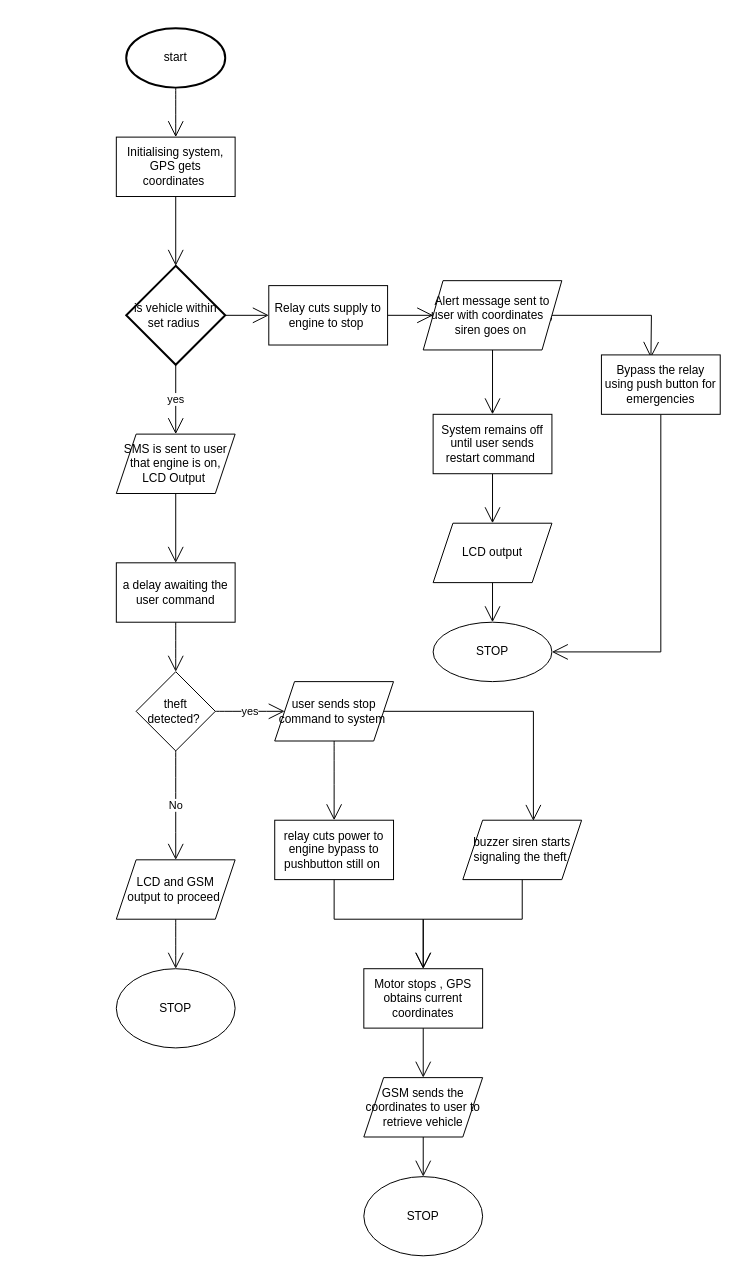
Earlier version of the draw.io diagram trackerproject.drawio (periskaranga/periskaranga.github.io). Source tidied: cells renumbered, new cells numbered last; positions are measured from the earlier drawing's top-left corner, leaving out a move shared by most shapes. Both pictures are drawn from the tidied source at 99%, with x=0, y=0 at pixel (116, 28).
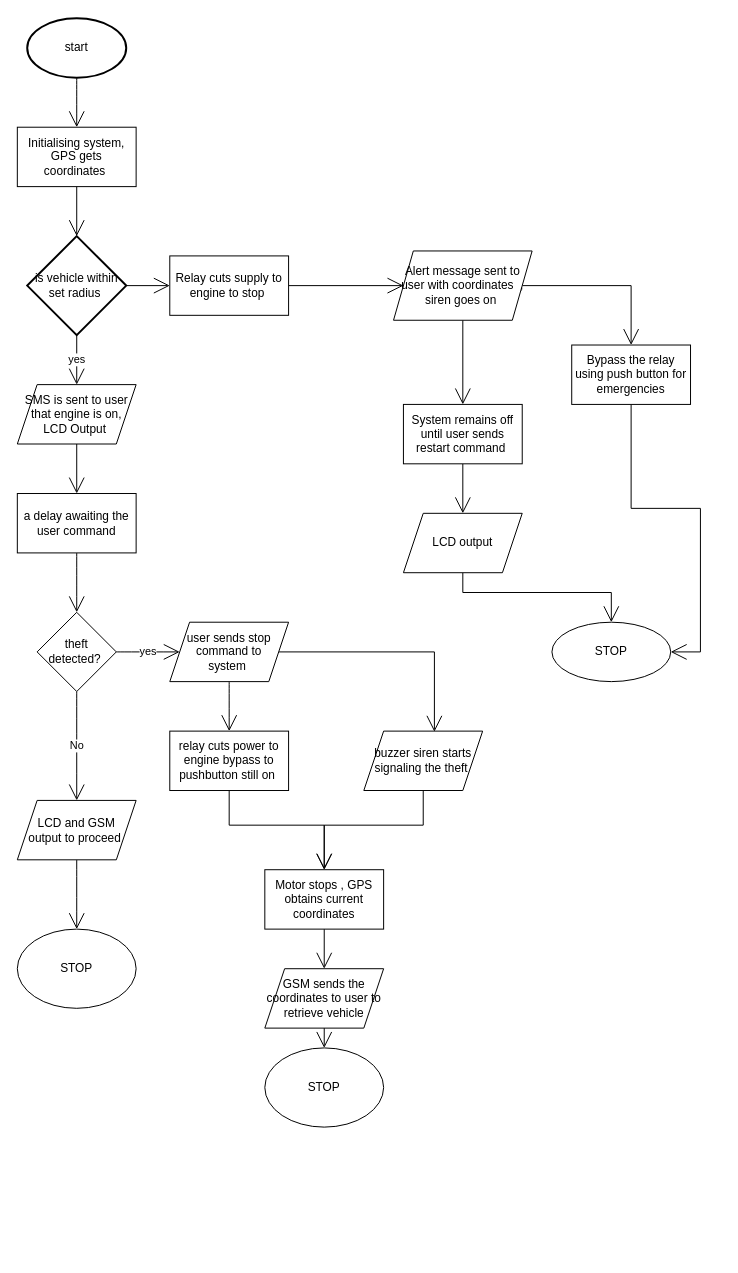
The same page after the edit.

Diff of the diagram source:
```diff
@@
-    <mxCell id="2" style="edgeStyle=none;curved=1;rounded=0;jettySize=auto;html=1;exitX=0.5;exitY=1;exitDx=0;exitDy=0;exitPerimeter=0;entryX=0.5;entryY=0;entryDx=0;entryDy=0;endArrow=open;startSize=14;endSize=14;sourcePerimeterSpacing=8;targetPerimeterSpacing=8;" parent="1" edge="1" source="3">
+    <mxCell id="2" style="edgeStyle=none;curved=1;rounded=0;orthogonalLoop=1;jettySize=auto;html=1;exitX=0.5;exitY=1;exitDx=0;exitDy=0;exitPerimeter=0;entryX=0.5;entryY=0;entryDx=0;entryDy=0;endArrow=open;startSize=14;endSize=14;sourcePerimeterSpacing=8;targetPerimeterSpacing=8;" parent="1" edge="1">
       <mxGeometry relative="1" as="geometry">
-        <mxPoint x="60" y="110" as="targetPoint" />
+        <mxPoint x="-40" y="50" as="sourcePoint" />
+        <mxPoint x="-40" y="100" as="targetPoint" />
       </mxGeometry>
     </mxCell>
     <mxCell id="3" value="start" style="strokeWidth=2;html=1;shape=mxgraph.flowchart.start_1;whiteSpace=wrap;hachureGap=4;" parent="1" vertex="1">
-      <mxGeometry x="10" width="100" height="60" as="geometry" />
+      <mxGeometry x="-90" y="-10" width="100" height="60" as="geometry" />
     </mxCell>
@@
     <mxCell id="5" value="SMS is sent to user that engine is on, LCD Output&amp;nbsp;" style="shape=parallelogram;perimeter=parallelogramPerimeter;whiteSpace=wrap;html=1;fixedSize=1;hachureGap=4;" parent="1" vertex="1">
-      <mxGeometry y="410" width="120" height="60" as="geometry" />
+      <mxGeometry x="-100" y="360" width="120" height="60" as="geometry" />
     </mxCell>
     <mxCell id="6" style="edgeStyle=none;curved=1;rounded=0;jettySize=auto;html=1;exitX=0.5;exitY=1;exitDx=0;exitDy=0;entryX=0.5;entryY=0;entryDx=0;entryDy=0;endArrow=open;startSize=14;endSize=14;sourcePerimeterSpacing=8;targetPerimeterSpacing=8;" parent="1" edge="1" target="15">
       <mxGeometry relative="1" as="geometry">
-        <mxPoint x="60" y="170" as="sourcePoint" />
+        <mxPoint x="-40" y="160" as="sourcePoint" />
       </mxGeometry>
     </mxCell>
@@
     <mxCell id="8" value="a delay awaiting the user command" style="rounded=0;whiteSpace=wrap;html=1;hachureGap=4;" parent="1" vertex="1">
-      <mxGeometry y="540" width="120" height="60" as="geometry" />
+      <mxGeometry x="-100" y="470" width="120" height="60" as="geometry" />
     </mxCell>
@@
     <mxCell id="11" value="theft detected?&amp;nbsp;" style="rhombus;whiteSpace=wrap;html=1;hachureGap=4;" parent="1" vertex="1">
-      <mxGeometry x="20" y="650" width="80" height="80" as="geometry" />
+      <mxGeometry x="-80" y="590" width="80" height="80" as="geometry" />
     </mxCell>
@@
     <mxCell id="13" value="LCD and GSM &lt;br&gt;output to proceed&amp;nbsp;" style="shape=parallelogram;perimeter=parallelogramPerimeter;whiteSpace=wrap;html=1;fixedSize=1;hachureGap=4;" parent="1" vertex="1">
-      <mxGeometry y="840" width="120" height="60" as="geometry" />
+      <mxGeometry x="-100" y="780" width="120" height="60" as="geometry" />
     </mxCell>
@@
     <mxCell id="15" value="Initialising system, GPS gets coordinates&amp;nbsp;" style="rounded=0;whiteSpace=wrap;html=1;hachureGap=4;" parent="1" vertex="1">
-      <mxGeometry y="110" width="120" height="60" as="geometry" />
+      <mxGeometry x="-100" y="100" width="120" height="60" as="geometry" />
     </mxCell>
@@
-    <mxCell id="18" value="user sends stop command to system&amp;nbsp;" style="shape=parallelogram;perimeter=parallelogramPerimeter;whiteSpace=wrap;html=1;fixedSize=1;hachureGap=4;" parent="1" vertex="1">
-      <mxGeometry x="160" y="660" width="120" height="60" as="geometry" />
+    <mxCell id="18" value="user sends stop command to &lt;br&gt;system&amp;nbsp;" style="shape=parallelogram;perimeter=parallelogramPerimeter;whiteSpace=wrap;html=1;fixedSize=1;hachureGap=4;" parent="1" vertex="1">
+      <mxGeometry x="54" y="600" width="120" height="60" as="geometry" />
     </mxCell>
-    <mxCell id="19" style="edgeStyle=none;curved=1;rounded=0;jettySize=auto;html=1;exitX=1;exitY=0.5;exitDx=0;exitDy=0;endArrow=open;startSize=14;endSize=14;sourcePerimeterSpacing=8;targetPerimeterSpacing=8;" parent="1" edge="1" source="21">
-      <mxGeometry relative="1" as="geometry">
-        <mxPoint x="232" y="830" as="targetPoint" />
-      </mxGeometry>
-    </mxCell>
@@
     <mxCell id="21" value="relay cuts power to engine bypass to pushbutton still on&amp;nbsp;" style="rounded=0;whiteSpace=wrap;html=1;hachureGap=4;" parent="1" vertex="1">
-      <mxGeometry x="160" y="800" width="120" height="60" as="geometry" />
+      <mxGeometry x="54" y="710" width="120" height="60" as="geometry" />
     </mxCell>
@@
     <mxCell id="23" value="buzzer siren starts signaling the theft&amp;nbsp;" style="shape=parallelogram;perimeter=parallelogramPerimeter;whiteSpace=wrap;html=1;fixedSize=1;hachureGap=4;" parent="1" vertex="1">
-      <mxGeometry x="350" y="800" width="120" height="60" as="geometry" />
+      <mxGeometry x="250" y="710" width="120" height="60" as="geometry" />
     </mxCell>
     <mxCell id="24" value="STOP" style="ellipse;whiteSpace=wrap;html=1;hachureGap=4;" parent="1" vertex="1">
-      <mxGeometry y="950" width="120" height="80" as="geometry" />
+      <mxGeometry x="-100" y="910" width="120" height="80" as="geometry" />
     </mxCell>
@@
     <mxCell id="26" value="Motor stops , GPS obtains current coordinates" style="rounded=0;whiteSpace=wrap;html=1;hachureGap=4;" parent="1" vertex="1">
-      <mxGeometry x="250" y="950" width="120" height="60" as="geometry" />
+      <mxGeometry x="150" y="850" width="120" height="60" as="geometry" />
     </mxCell>
-    <mxCell id="27" style="edgeStyle=orthogonalEdgeStyle;rounded=0;jettySize=auto;html=1;exitX=0.5;exitY=1;exitDx=0;exitDy=0;entryX=0.5;entryY=0;entryDx=0;entryDy=0;endArrow=open;startSize=14;endSize=14;sourcePerimeterSpacing=8;targetPerimeterSpacing=8;" parent="1" edge="1" source="28" target="29">
-      <mxGeometry relative="1" as="geometry" />
+    <mxCell id="27" style="edgeStyle=orthogonalEdgeStyle;rounded=0;jettySize=auto;html=1;exitX=0.5;exitY=1;exitDx=0;exitDy=0;entryX=0.5;entryY=0;entryDx=0;entryDy=0;endArrow=open;startSize=14;endSize=14;sourcePerimeterSpacing=8;targetPerimeterSpacing=8;" parent="1" edge="1" source="28">
+      <mxGeometry relative="1" as="geometry">
+        <mxPoint x="210" y="1030" as="targetPoint" />
+      </mxGeometry>
     </mxCell>
     <mxCell id="28" value="GSM sends the coordinates to user to retrieve vehicle" style="shape=parallelogram;perimeter=parallelogramPerimeter;whiteSpace=wrap;html=1;fixedSize=1;hachureGap=4;" parent="1" vertex="1">
-      <mxGeometry x="250" y="1060" width="120" height="60" as="geometry" />
+      <mxGeometry x="150" y="950" width="120" height="60" as="geometry" />
     </mxCell>
     <mxCell id="29" value="STOP" style="ellipse;whiteSpace=wrap;html=1;hachureGap=4;" parent="1" vertex="1">
-      <mxGeometry x="250" y="1160" width="120" height="80" as="geometry" />
+      <mxGeometry x="150" y="1030" width="120" height="80" as="geometry" />
     </mxCell>
@@
     <mxCell id="32" value="is vehicle within set radius&amp;nbsp;" style="strokeWidth=2;html=1;shape=mxgraph.flowchart.decision;whiteSpace=wrap;hachureGap=4;" parent="1" vertex="1">
-      <mxGeometry x="10" y="240" width="100" height="100" as="geometry" />
+      <mxGeometry x="-90" y="210" width="100" height="100" as="geometry" />
     </mxCell>
@@
-    <mxCell id="34" style="edgeStyle=orthogonalEdgeStyle;rounded=0;jettySize=auto;html=1;exitX=1;exitY=0.5;exitDx=0;exitDy=0;endArrow=open;startSize=14;endSize=14;sourcePerimeterSpacing=8;targetPerimeterSpacing=8;" parent="1" edge="1" source="35">
-      <mxGeometry relative="1" as="geometry">
-        <mxPoint x="540" y="333" as="targetPoint" />
-      </mxGeometry>
-    </mxCell>
+    <mxCell id="45" style="edgeStyle=orthogonalEdgeStyle;rounded=0;jettySize=auto;html=1;exitX=1;exitY=0.5;exitDx=0;exitDy=0;entryX=0.5;entryY=0;entryDx=0;entryDy=0;endArrow=open;startSize=14;endSize=14;sourcePerimeterSpacing=8;targetPerimeterSpacing=8;" parent="1" edge="1" source="35" target="42">
+      <mxGeometry relative="1" as="geometry" />
+    </mxCell>
     <mxCell id="35" value="Alert message sent to user with coordinates&amp;nbsp; , siren goes on&amp;nbsp;" style="shape=parallelogram;perimeter=parallelogramPerimeter;whiteSpace=wrap;html=1;fixedSize=1;hachureGap=4;" parent="1" vertex="1">
-      <mxGeometry x="310" y="255" width="140" height="70" as="geometry" />
+      <mxGeometry x="280" y="225" width="140" height="70" as="geometry" />
     </mxCell>
@@
     <mxCell id="37" value="Relay cuts supply to engine to stop&amp;nbsp;" style="rounded=0;whiteSpace=wrap;html=1;hachureGap=4;" parent="1" vertex="1">
-      <mxGeometry x="154" y="260" width="120" height="60" as="geometry" />
+      <mxGeometry x="54" y="230" width="120" height="60" as="geometry" />
     </mxCell>
@@
     <mxCell id="39" value="System remains off until user sends restart command&amp;nbsp;" style="rounded=0;whiteSpace=wrap;html=1;hachureGap=4;" parent="1" vertex="1">
-      <mxGeometry x="320" y="390" width="120" height="60" as="geometry" />
+      <mxGeometry x="290" y="380" width="120" height="60" as="geometry" />
     </mxCell>
     <mxCell id="40" value="STOP" style="ellipse;whiteSpace=wrap;html=1;hachureGap=4;" parent="1" vertex="1">
-      <mxGeometry x="320" y="600" width="120" height="60" as="geometry" />
+      <mxGeometry x="440" y="600" width="120" height="60" as="geometry" />
     </mxCell>
@@
     <mxCell id="42" value="Bypass the relay using push button for emergencies" style="rounded=0;whiteSpace=wrap;html=1;hachureGap=4;" parent="1" vertex="1">
-      <mxGeometry x="490" y="330" width="120" height="60" as="geometry" />
+      <mxGeometry x="460" y="320" width="120" height="60" as="geometry" />
     </mxCell>
@@
     <mxCell id="44" value="LCD output" style="shape=parallelogram;perimeter=parallelogramPerimeter;whiteSpace=wrap;html=1;fixedSize=1;hachureGap=4;" parent="1" vertex="1">
-      <mxGeometry x="320" y="500" width="120" height="60" as="geometry" />
+      <mxGeometry x="290" y="490" width="120" height="60" as="geometry" />
     </mxCell>
```
